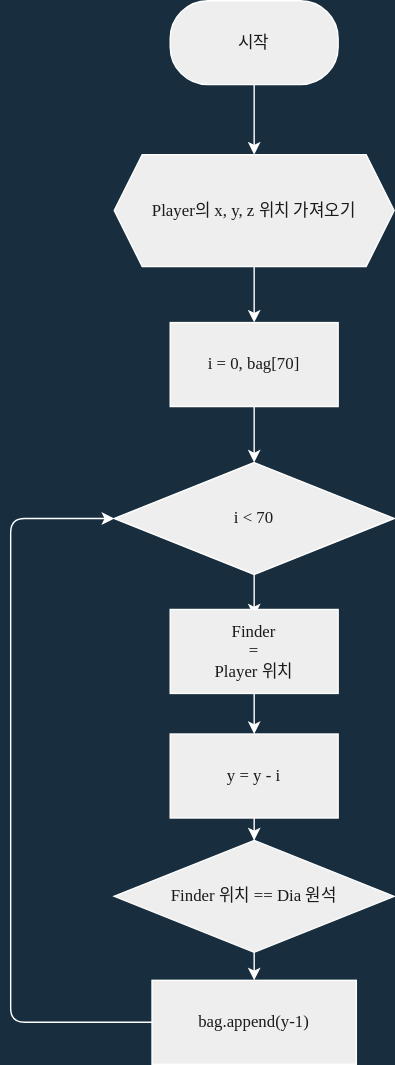
This is Algorithm/finding_dia.drawio.svg from Xe-Kinesis/Minecraft-Python, a draw.io export, as it was before one commit. Source tidied: cells renumbered, new cells last; positions are measured from the earlier drawing's top-left corner, leaving out a move shared by most shapes.
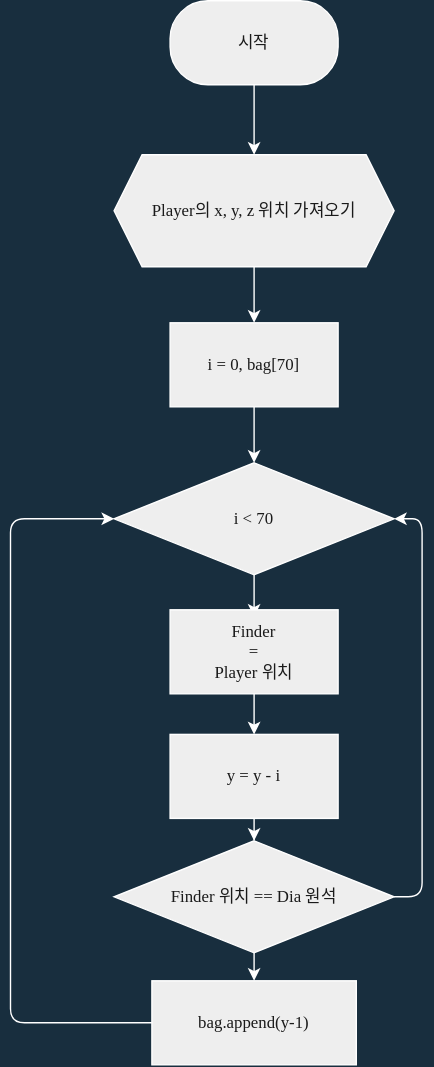
After the change.

What changed in the source:
```diff
@@ -41,6 +41,9 @@
     <mxCell id="12" style="edgeStyle=orthogonalEdgeStyle;curved=0;rounded=1;sketch=0;jettySize=auto;html=1;fontFamily=어그로체;fontSource=https%3A%2F%2Fcdn.jsdelivr.net%2Fgh%2Fprojectnoonnu%2Fnoonfonts_2108%401.1%2FSBAggroB.woff;fontColor=#FFFFFF;strokeColor=#FFFFFF;" parent="1" edge="1" source="13" target="17">
       <mxGeometry relative="1" as="geometry" />
     </mxCell>
+    <mxCell id="18" style="edgeStyle=orthogonalEdgeStyle;curved=0;rounded=1;sketch=0;jettySize=auto;html=1;fontFamily=어그로체;fontSource=https%3A%2F%2Fcdn.jsdelivr.net%2Fgh%2Fprojectnoonnu%2Fnoonfonts_2108%401.1%2FSBAggroB.woff;fontColor=#FFFFFF;strokeColor=#FFFFFF;entryX=1;entryY=0.5;entryDx=0;entryDy=0;exitX=1;exitY=0.5;exitDx=0;exitDy=0;" parent="1" edge="1" source="13" target="9">
+      <mxGeometry relative="1" as="geometry" />
+    </mxCell>
     <mxCell id="13" value="Finder 위치 == Dia 원석" style="rhombus;whiteSpace=wrap;html=1;rounded=0;fontFamily=어그로체;fontSource=https%3A%2F%2Fcdn.jsdelivr.net%2Fgh%2Fprojectnoonnu%2Fnoonfonts_2108%401.1%2FSBAggroB.woff;fontColor=#1A1A1A;strokeColor=#FFFFFF;fillColor=#EEEEEE;sketch=0;" parent="1" vertex="1">
       <mxGeometry x="74" y="600" width="200" height="80" as="geometry" />
     </mxCell>
```
